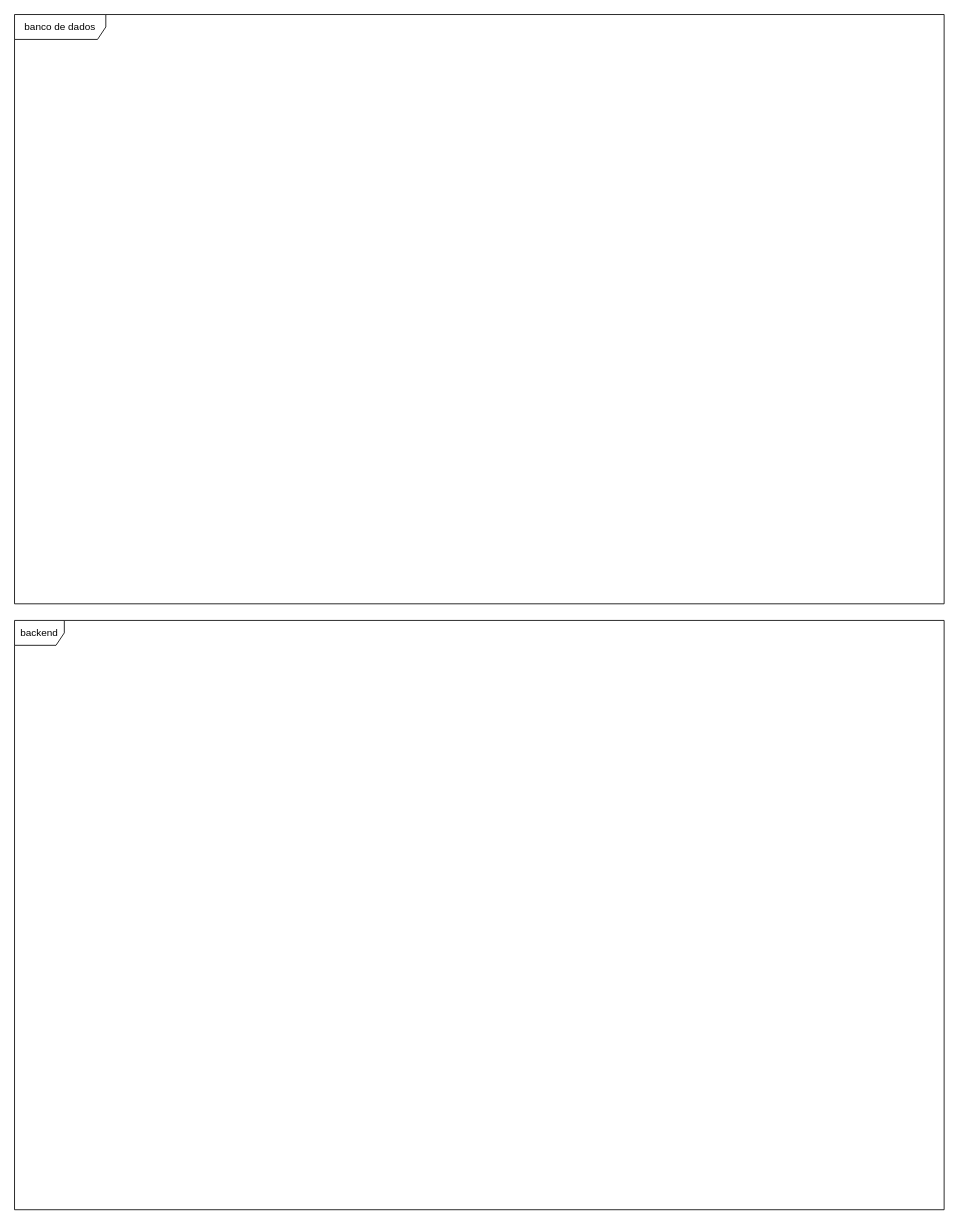
hannaBanannaOF/entra21-git-inicio keeps this draw.io diagram as page "EQ8" (8 of 8) of equipes.drawio. Above is the earlier version. Source tidied: cells renumbered, new cells numbered last; positions are measured from the earlier drawing's top-left corner, leaving out a move shared by most shapes. Both pictures are drawn from the tidied source at 83%, with x=0, y=0 at pixel (14, 14).
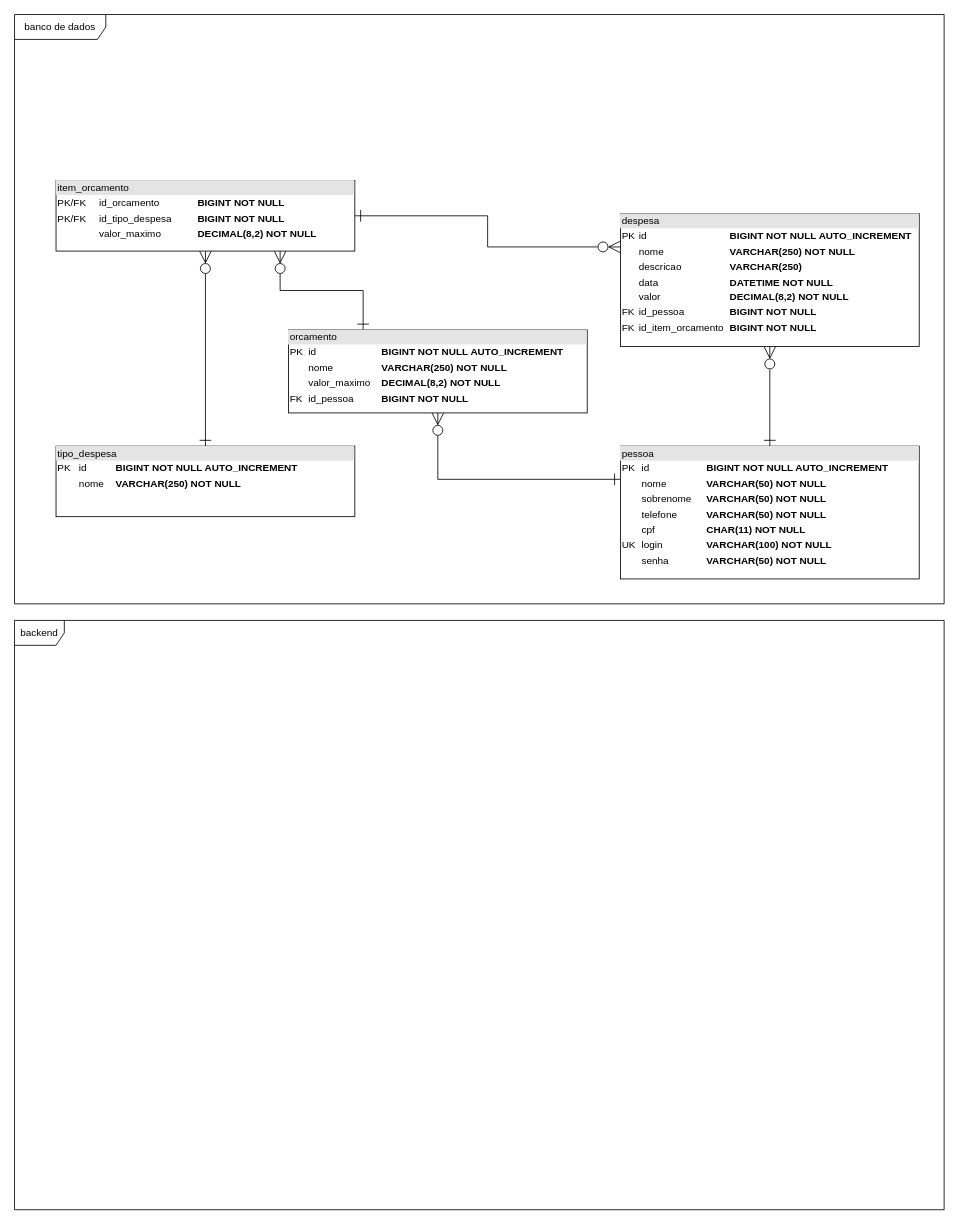
The same page after the edit.

Change to the diagram source:
```diff
@@
 <mxGraphModel>
   <root>
     <mxCell id="0" />
     <mxCell id="1" parent="0" />
     <mxCell id="2" value="banco de dados" style="shape=umlFrame;whiteSpace=wrap;html=1;width=110;height=30;" parent="1" vertex="1">
       <mxGeometry width="1120" height="710" as="geometry" />
     </mxCell>
     <mxCell id="3" value="backend" style="shape=umlFrame;whiteSpace=wrap;html=1;" parent="1" vertex="1">
       <mxGeometry y="730" width="1120" height="710" as="geometry" />
     </mxCell>
+    <mxCell id="4" style="edgeStyle=orthogonalEdgeStyle;rounded=0;jettySize=auto;html=1;exitX=0.5;exitY=0;exitDx=0;exitDy=0;entryX=0.5;entryY=1;entryDx=0;entryDy=0;startArrow=ERone;startFill=0;endArrow=ERzeroToMany;endFill=0;endSize=12;startSize=12;" parent="1" edge="1" source="6" target="7">
+      <mxGeometry relative="1" as="geometry" />
+    </mxCell>
+    <mxCell id="5" style="edgeStyle=orthogonalEdgeStyle;rounded=0;jettySize=auto;html=1;exitX=0;exitY=0.25;exitDx=0;exitDy=0;entryX=0.5;entryY=1;entryDx=0;entryDy=0;startArrow=ERone;startFill=0;endArrow=ERzeroToMany;endFill=0;startSize=12;endSize=12;" parent="1" edge="1" source="6" target="11">
+      <mxGeometry relative="1" as="geometry" />
+    </mxCell>
+    <mxCell id="6" value="&lt;div style=&quot;box-sizing:border-box;width:100%;background:#e4e4e4;padding:2px;&quot;&gt;pessoa&lt;/div&gt;&lt;table style=&quot;width:100%;font-size:1em;&quot; cellpadding=&quot;2&quot; cellspacing=&quot;0&quot;&gt;&lt;tbody&gt;&lt;tr&gt;&lt;td&gt;PK&lt;/td&gt;&lt;td&gt;id&amp;nbsp;&lt;/td&gt;&lt;td&gt;&lt;b&gt;BIGINT&amp;nbsp;NOT NULL AUTO_INCREMENT&lt;/b&gt;&lt;br&gt;&lt;/td&gt;&lt;/tr&gt;&lt;tr&gt;&lt;td&gt;&lt;br&gt;&lt;/td&gt;&lt;td&gt;nome&amp;nbsp;&lt;br&gt;&lt;/td&gt;&lt;td&gt;&lt;b&gt;VARCHAR(50) NOT NULL&lt;/b&gt;&lt;br&gt;&lt;/td&gt;&lt;/tr&gt;&lt;tr&gt;&lt;td&gt;&lt;br&gt;&lt;/td&gt;&lt;td&gt;sobrenome&amp;nbsp;&lt;br&gt;&lt;/td&gt;&lt;td&gt;&lt;b&gt;VARCHAR(50) NOT NULL&lt;/b&gt;&lt;br&gt;&lt;/td&gt;&lt;/tr&gt;&lt;tr&gt;&lt;td&gt;&lt;br&gt;&lt;/td&gt;&lt;td&gt;telefone&lt;/td&gt;&lt;td&gt;&lt;b&gt;VARCHAR(50) NOT NULL&lt;/b&gt;&lt;/td&gt;&lt;/tr&gt;&lt;tr&gt;&lt;td&gt;&lt;br&gt;&lt;/td&gt;&lt;td&gt;cpf&lt;/td&gt;&lt;td&gt;&lt;b&gt;CHAR(11) NOT NULL&lt;/b&gt;&lt;/td&gt;&lt;/tr&gt;&lt;tr&gt;&lt;td&gt;UK&lt;/td&gt;&lt;td&gt;login&lt;/td&gt;&lt;td&gt;&lt;b&gt;VARCHAR(100) NOT NULL&lt;/b&gt;&lt;/td&gt;&lt;/tr&gt;&lt;tr&gt;&lt;td&gt;&lt;br&gt;&lt;/td&gt;&lt;td&gt;senha&lt;/td&gt;&lt;td&gt;&lt;b&gt;VARCHAR(50) NOT NULL&lt;/b&gt;&lt;/td&gt;&lt;/tr&gt;&lt;/tbody&gt;&lt;/table&gt;" style="verticalAlign=top;align=left;overflow=fill;html=1;" parent="1" vertex="1">
+      <mxGeometry x="730" y="520" width="360" height="160" as="geometry" />
+    </mxCell>
+    <mxCell id="7" value="&lt;div style=&quot;box-sizing:border-box;width:100%;background:#e4e4e4;padding:2px;&quot;&gt;despesa&lt;/div&gt;&lt;table style=&quot;width:100%;font-size:1em;&quot; cellpadding=&quot;2&quot; cellspacing=&quot;0&quot;&gt;&lt;tbody&gt;&lt;tr&gt;&lt;td&gt;PK&lt;/td&gt;&lt;td&gt;id&lt;/td&gt;&lt;td&gt;&lt;b&gt;BIGINT&lt;/b&gt;&amp;nbsp;&lt;b&gt;NOT NULL AUTO_INCREMENT&lt;/b&gt;&lt;br&gt;&lt;/td&gt;&lt;/tr&gt;&lt;tr&gt;&lt;td&gt;&lt;br&gt;&lt;/td&gt;&lt;td&gt;nome&lt;/td&gt;&lt;td&gt;&lt;b&gt;VARCHAR(250) NOT NULL&lt;/b&gt;&lt;/td&gt;&lt;/tr&gt;&lt;tr&gt;&lt;td&gt;&lt;br&gt;&lt;/td&gt;&lt;td&gt;descricao&lt;/td&gt;&lt;td&gt;&lt;b&gt;VARCHAR(250)&lt;/b&gt;&lt;/td&gt;&lt;/tr&gt;&lt;tr&gt;&lt;td&gt;&lt;br&gt;&lt;/td&gt;&lt;td&gt;data&lt;/td&gt;&lt;td&gt;&lt;b&gt;DATETIME NOT NULL&lt;/b&gt;&lt;/td&gt;&lt;/tr&gt;&lt;tr&gt;&lt;td&gt;&lt;br&gt;&lt;/td&gt;&lt;td&gt;valor&lt;/td&gt;&lt;td&gt;&lt;b&gt;DECIMAL(8,2) NOT NULL&lt;/b&gt;&lt;/td&gt;&lt;/tr&gt;&lt;tr&gt;&lt;td&gt;FK&lt;/td&gt;&lt;td&gt;id_pessoa&lt;/td&gt;&lt;td&gt;&lt;b&gt;BIGINT NOT NULL&lt;/b&gt;&lt;/td&gt;&lt;/tr&gt;&lt;tr&gt;&lt;td&gt;FK&lt;/td&gt;&lt;td&gt;id_item_orcamento&lt;/td&gt;&lt;td&gt;&lt;b&gt;BIGINT NOT NULL&lt;/b&gt;&lt;/td&gt;&lt;/tr&gt;&lt;/tbody&gt;&lt;/table&gt;" style="verticalAlign=top;align=left;overflow=fill;html=1;" parent="1" vertex="1">
+      <mxGeometry x="730" y="240" width="360" height="160" as="geometry" />
+    </mxCell>
+    <mxCell id="8" style="edgeStyle=orthogonalEdgeStyle;rounded=0;jettySize=auto;html=1;exitX=0.5;exitY=0;exitDx=0;exitDy=0;entryX=0.5;entryY=1;entryDx=0;entryDy=0;startArrow=ERone;startFill=0;endArrow=ERzeroToMany;endFill=0;startSize=12;endSize=12;" parent="1" edge="1" source="9" target="13">
+      <mxGeometry relative="1" as="geometry" />
+    </mxCell>
+    <mxCell id="9" value="&lt;div style=&quot;box-sizing:border-box;width:100%;background:#e4e4e4;padding:2px;&quot;&gt;tipo_despesa&lt;/div&gt;&lt;table style=&quot;width:100%;font-size:1em;&quot; cellpadding=&quot;2&quot; cellspacing=&quot;0&quot;&gt;&lt;tbody&gt;&lt;tr&gt;&lt;td&gt;PK&lt;/td&gt;&lt;td&gt;id&lt;/td&gt;&lt;td&gt;&lt;b&gt;BIGINT&lt;/b&gt;&amp;nbsp;&lt;b&gt;NOT NULL AUTO_INCREMENT&lt;/b&gt;&lt;br&gt;&lt;/td&gt;&lt;/tr&gt;&lt;tr&gt;&lt;td&gt;&lt;br&gt;&lt;/td&gt;&lt;td&gt;nome&lt;/td&gt;&lt;td&gt;&lt;b&gt;VARCHAR(250) NOT NULL&lt;/b&gt;&lt;/td&gt;&lt;/tr&gt;&lt;/tbody&gt;&lt;/table&gt;" style="verticalAlign=top;align=left;overflow=fill;html=1;" parent="1" vertex="1">
+      <mxGeometry x="50" y="520" width="360" height="85" as="geometry" />
+    </mxCell>
+    <mxCell id="10" style="edgeStyle=orthogonalEdgeStyle;rounded=0;jettySize=auto;html=1;exitX=0.25;exitY=0;exitDx=0;exitDy=0;entryX=0.75;entryY=1;entryDx=0;entryDy=0;startArrow=ERone;startFill=0;endArrow=ERzeroToMany;endFill=0;startSize=12;endSize=12;" parent="1" edge="1" source="11" target="13">
+      <mxGeometry relative="1" as="geometry" />
+    </mxCell>
+    <mxCell id="11" value="&lt;div style=&quot;box-sizing:border-box;width:100%;background:#e4e4e4;padding:2px;&quot;&gt;orcamento&lt;/div&gt;&lt;table style=&quot;width:100%;font-size:1em;&quot; cellpadding=&quot;2&quot; cellspacing=&quot;0&quot;&gt;&lt;tbody&gt;&lt;tr&gt;&lt;td&gt;PK&lt;/td&gt;&lt;td&gt;id&lt;/td&gt;&lt;td&gt;&lt;b&gt;BIGINT&lt;/b&gt;&amp;nbsp;&lt;b&gt;NOT NULL AUTO_INCREMENT&lt;/b&gt;&lt;br&gt;&lt;/td&gt;&lt;/tr&gt;&lt;tr&gt;&lt;td&gt;&lt;br&gt;&lt;/td&gt;&lt;td&gt;nome&lt;/td&gt;&lt;td&gt;&lt;b&gt;VARCHAR(250) NOT NULL&lt;/b&gt;&lt;/td&gt;&lt;/tr&gt;&lt;tr&gt;&lt;td&gt;&lt;br&gt;&lt;/td&gt;&lt;td&gt;valor_maximo&lt;/td&gt;&lt;td&gt;&lt;b&gt;DECIMAL(8,2) NOT NULL&lt;/b&gt;&lt;/td&gt;&lt;/tr&gt;&lt;tr&gt;&lt;td&gt;FK&lt;/td&gt;&lt;td&gt;id_pessoa&lt;/td&gt;&lt;td&gt;&lt;b&gt;BIGINT NOT NULL&lt;/b&gt;&lt;/td&gt;&lt;/tr&gt;&lt;/tbody&gt;&lt;/table&gt;" style="verticalAlign=top;align=left;overflow=fill;html=1;" parent="1" vertex="1">
+      <mxGeometry x="330" y="380" width="360" height="100" as="geometry" />
+    </mxCell>
+    <mxCell id="12" style="edgeStyle=orthogonalEdgeStyle;rounded=0;jettySize=auto;html=1;exitX=1;exitY=0.5;exitDx=0;exitDy=0;entryX=0;entryY=0.25;entryDx=0;entryDy=0;startArrow=ERone;startFill=0;endArrow=ERzeroToMany;endFill=0;startSize=12;endSize=12;" parent="1" edge="1" source="13" target="7">
+      <mxGeometry relative="1" as="geometry" />
+    </mxCell>
+    <mxCell id="13" value="&lt;div style=&quot;box-sizing:border-box;width:100%;background:#e4e4e4;padding:2px;&quot;&gt;item_orcamento&lt;/div&gt;&lt;table style=&quot;width:100%;font-size:1em;&quot; cellpadding=&quot;2&quot; cellspacing=&quot;0&quot;&gt;&lt;tbody&gt;&lt;tr&gt;&lt;td&gt;PK/FK&lt;/td&gt;&lt;td&gt;id_orcamento&lt;/td&gt;&lt;td&gt;&lt;b&gt;BIGINT&lt;/b&gt;&amp;nbsp;&lt;b&gt;NOT NULL&lt;/b&gt;&lt;br&gt;&lt;/td&gt;&lt;/tr&gt;&lt;tr&gt;&lt;td&gt;PK/FK&lt;/td&gt;&lt;td&gt;id_tipo_despesa&lt;/td&gt;&lt;td&gt;&lt;b&gt;BIGINT NOT NULL&lt;/b&gt;&lt;/td&gt;&lt;/tr&gt;&lt;tr&gt;&lt;td&gt;&lt;br&gt;&lt;/td&gt;&lt;td&gt;valor_maximo&lt;/td&gt;&lt;td&gt;&lt;b&gt;DECIMAL(8,2) NOT NULL&lt;/b&gt;&lt;/td&gt;&lt;/tr&gt;&lt;/tbody&gt;&lt;/table&gt;" style="verticalAlign=top;align=left;overflow=fill;html=1;" parent="1" vertex="1">
+      <mxGeometry x="50" y="200" width="360" height="85" as="geometry" />
+    </mxCell>
   </root>
 </mxGraphModel>
```
